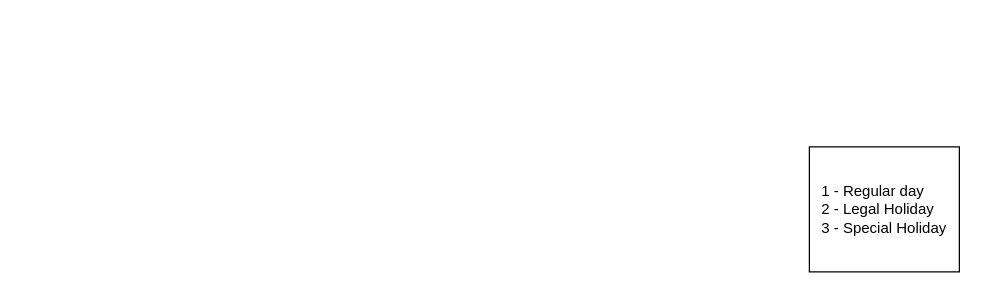
Earlier version of the draw.io diagram kmcc/Untitled Diagram.drawio (genmancoder/systems-diagrams). Source tidied: cells renumbered, new cells numbered last; positions are measured from the earlier drawing's top-left corner, leaving out a move shared by most shapes. Both pictures are drawn from the tidied source at 125%, with x=0, y=0 at pixel (809, 146).
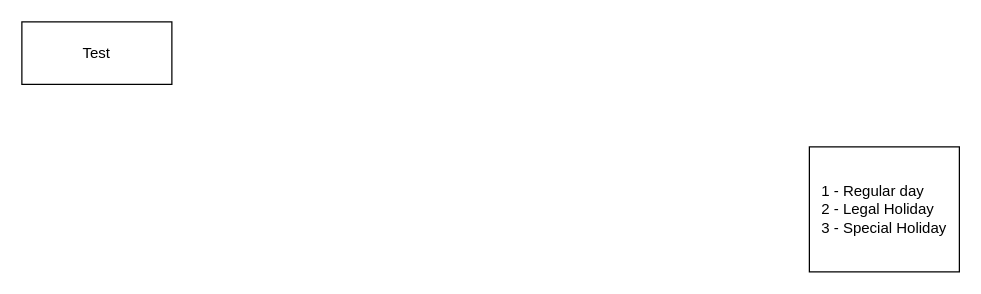
Above is the later version.

What changed in the source:
```diff
@@
 <mxGraphModel>
   <root>
     <mxCell id="0" />
     <mxCell id="1" parent="0" />
     <mxCell id="2" value="&lt;div style=&quot;text-align: left;&quot;&gt;&lt;span style=&quot;background-color: initial;&quot;&gt;1 - Regular day&lt;/span&gt;&lt;/div&gt;&lt;div style=&quot;text-align: left;&quot;&gt;&lt;span style=&quot;background-color: initial;&quot;&gt;2 - Legal Holiday&lt;/span&gt;&lt;/div&gt;&lt;div style=&quot;text-align: left;&quot;&gt;&lt;span style=&quot;background-color: initial;&quot;&gt;3 - Special Holiday&lt;/span&gt;&lt;/div&gt;" style="rounded=0;whiteSpace=wrap;html=1;" parent="1" vertex="1">
       <mxGeometry width="120" height="100" as="geometry" />
     </mxCell>
+    <mxCell id="3" value="Test" style="rounded=0;whiteSpace=wrap;html=1;" parent="1" vertex="1">
+      <mxGeometry x="-630" y="-100" width="120" height="50" as="geometry" />
+    </mxCell>
   </root>
 </mxGraphModel>
```
